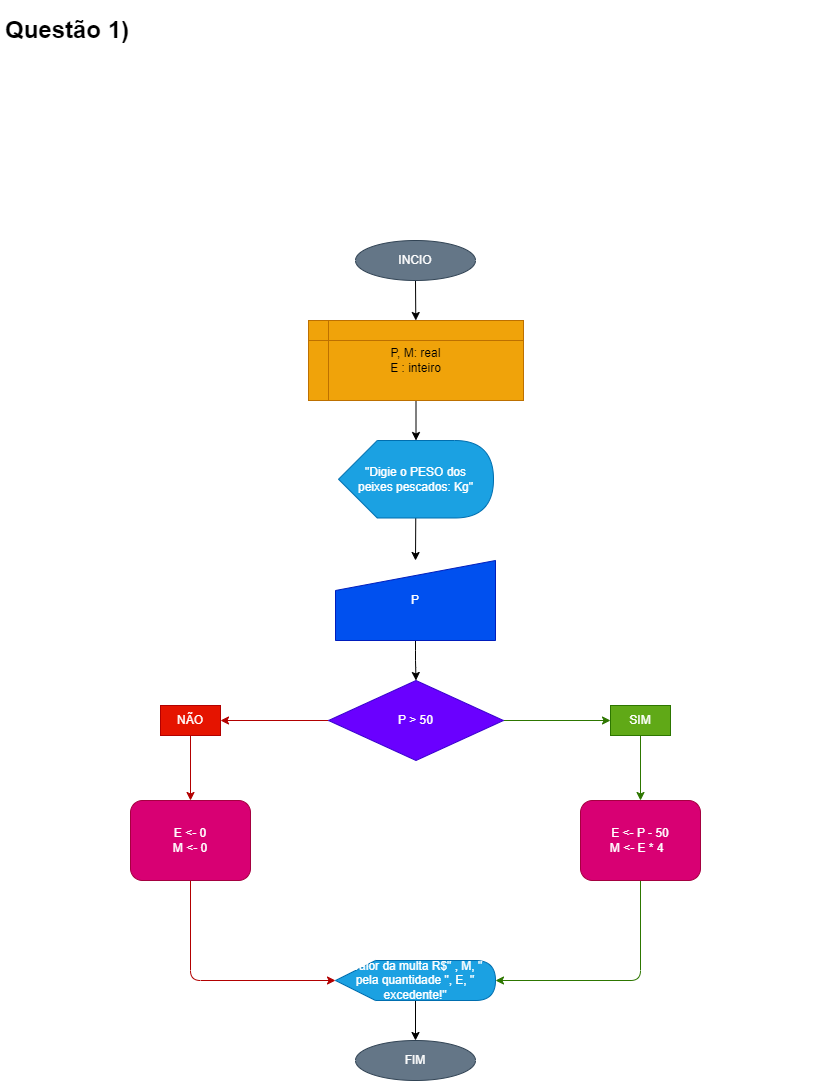
BATENDER/arquivos_portugol keeps this draw.io diagram as LogicadeProgramacao4/exercicioCondicao1.png. Above is the earlier version. Source tidied: cells renumbered, new cells last; positions are measured from the earlier drawing's top-left corner, leaving out a move shared by most shapes.
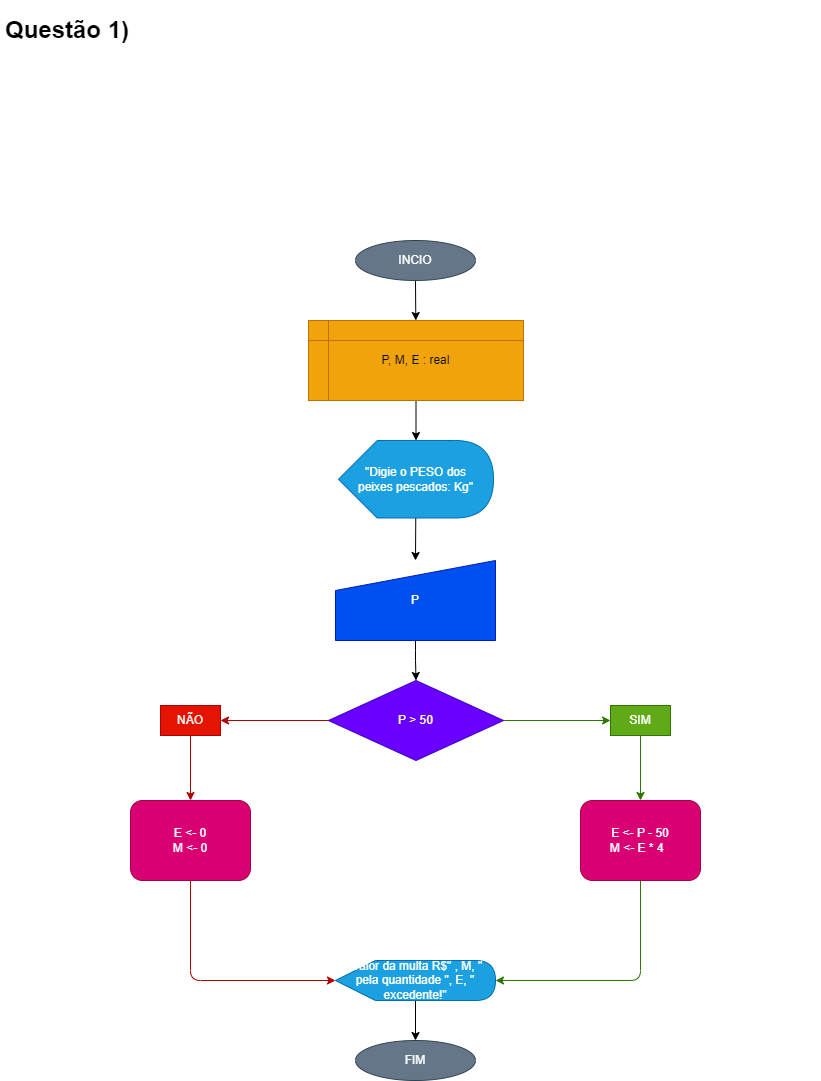
Later version of the same file.

What changed in the source:
```diff
@@ -14,7 +14,7 @@
     <mxCell id="5" style="edgeStyle=none;html=1;entryX=0;entryY=0;entryDx=77.5;entryDy=0;entryPerimeter=0;fontColor=#FFFFFF;" parent="1" edge="1" source="6" target="8">
       <mxGeometry relative="1" as="geometry" />
     </mxCell>
-    <mxCell id="6" value="P, M: real&lt;br&gt;E : inteiro" style="shape=internalStorage;whiteSpace=wrap;html=1;backgroundOutline=1;fontColor=#000000;fillColor=#f0a30a;strokeColor=#BD7000;" parent="1" vertex="1">
+    <mxCell id="6" value="P, M, E : real" style="shape=internalStorage;whiteSpace=wrap;html=1;backgroundOutline=1;fontColor=#000000;fillColor=#f0a30a;strokeColor=#BD7000;" parent="1" vertex="1">
       <mxGeometry x="308" y="310" width="215" height="80" as="geometry" />
     </mxCell>
     <mxCell id="7" style="edgeStyle=none;html=1;entryX=0.5;entryY=0;entryDx=0;entryDy=0;fontColor=#FFFFFF;" parent="1" edge="1" source="8" target="10">
```
